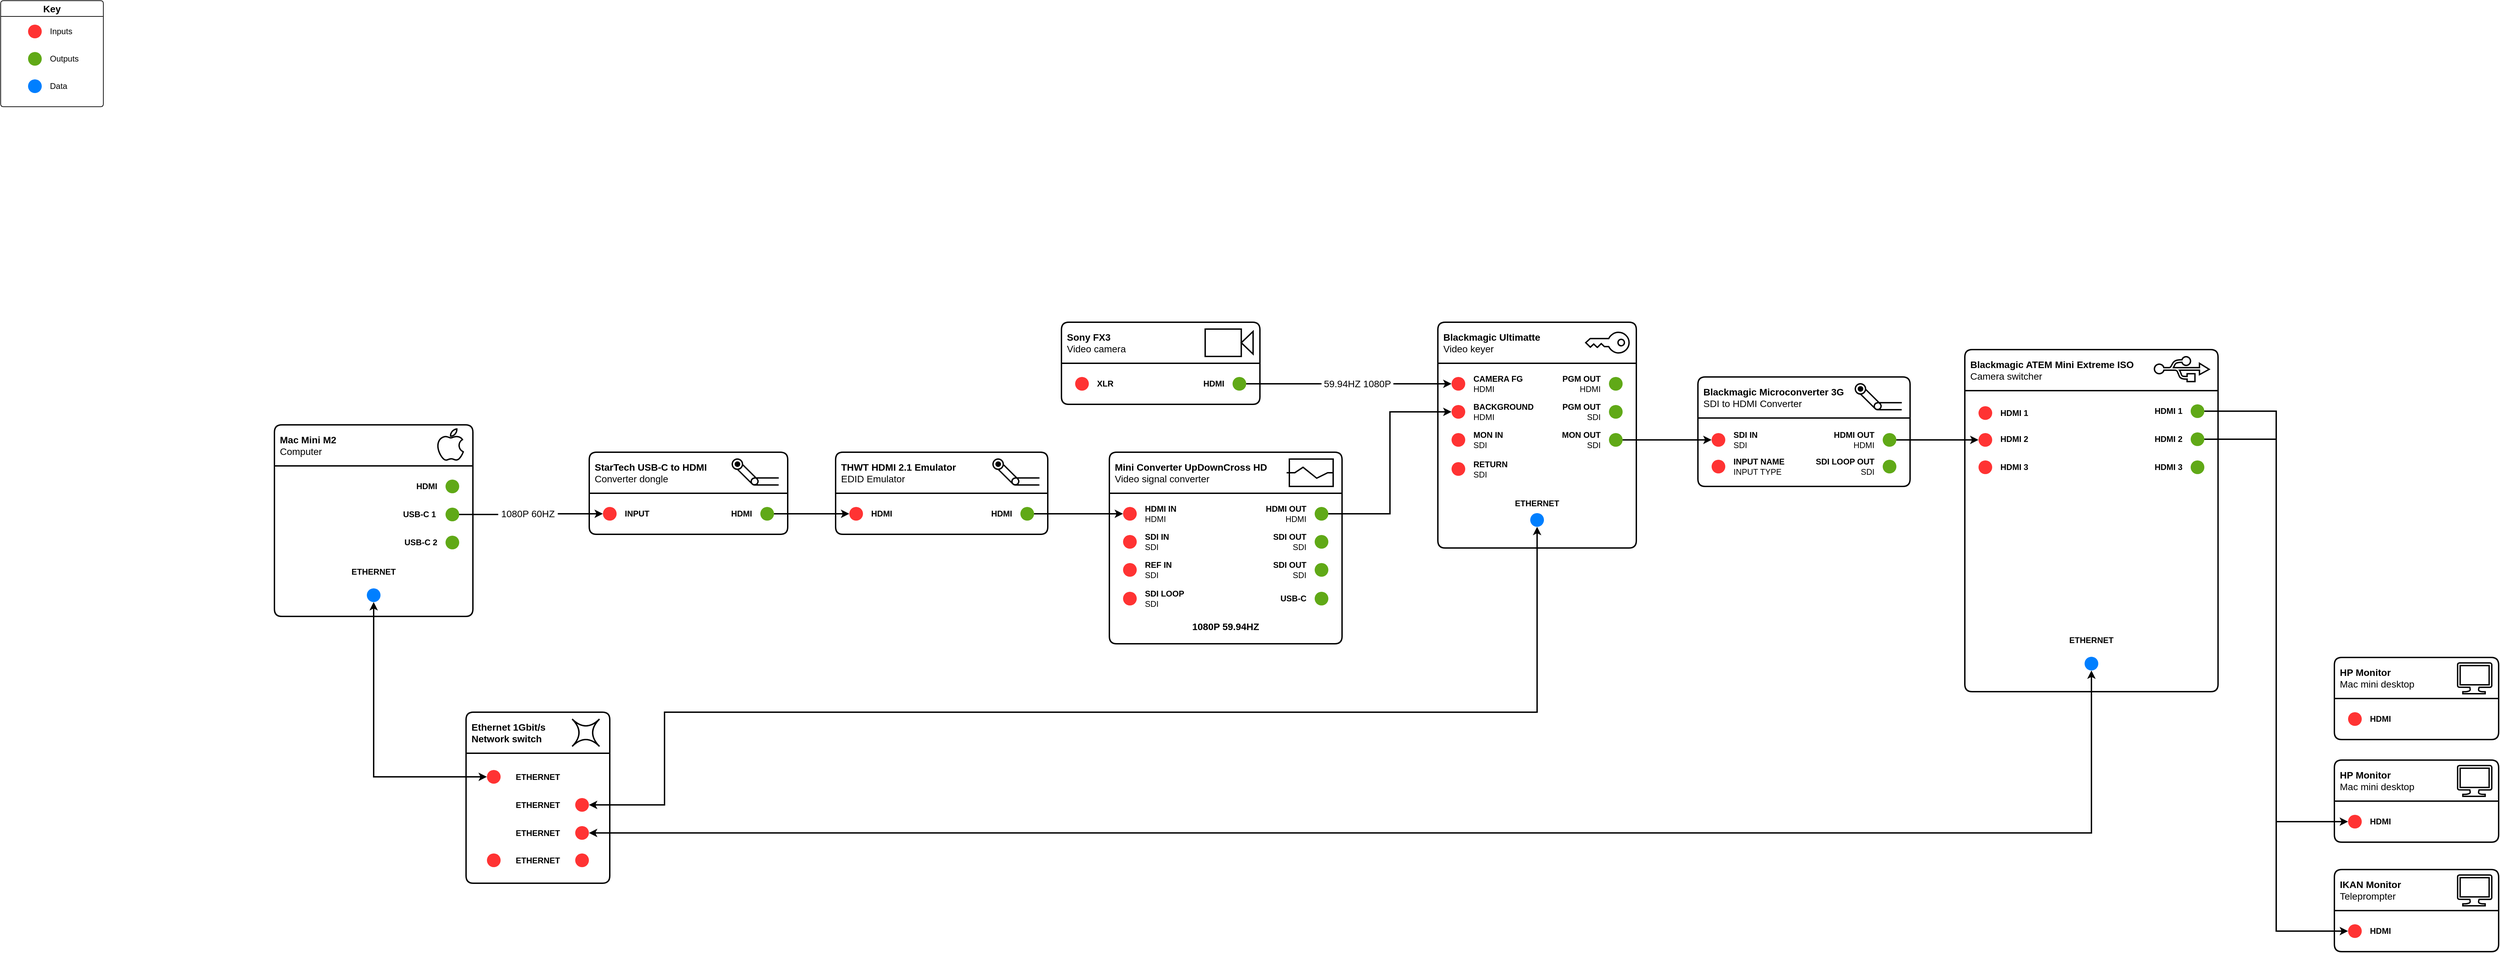
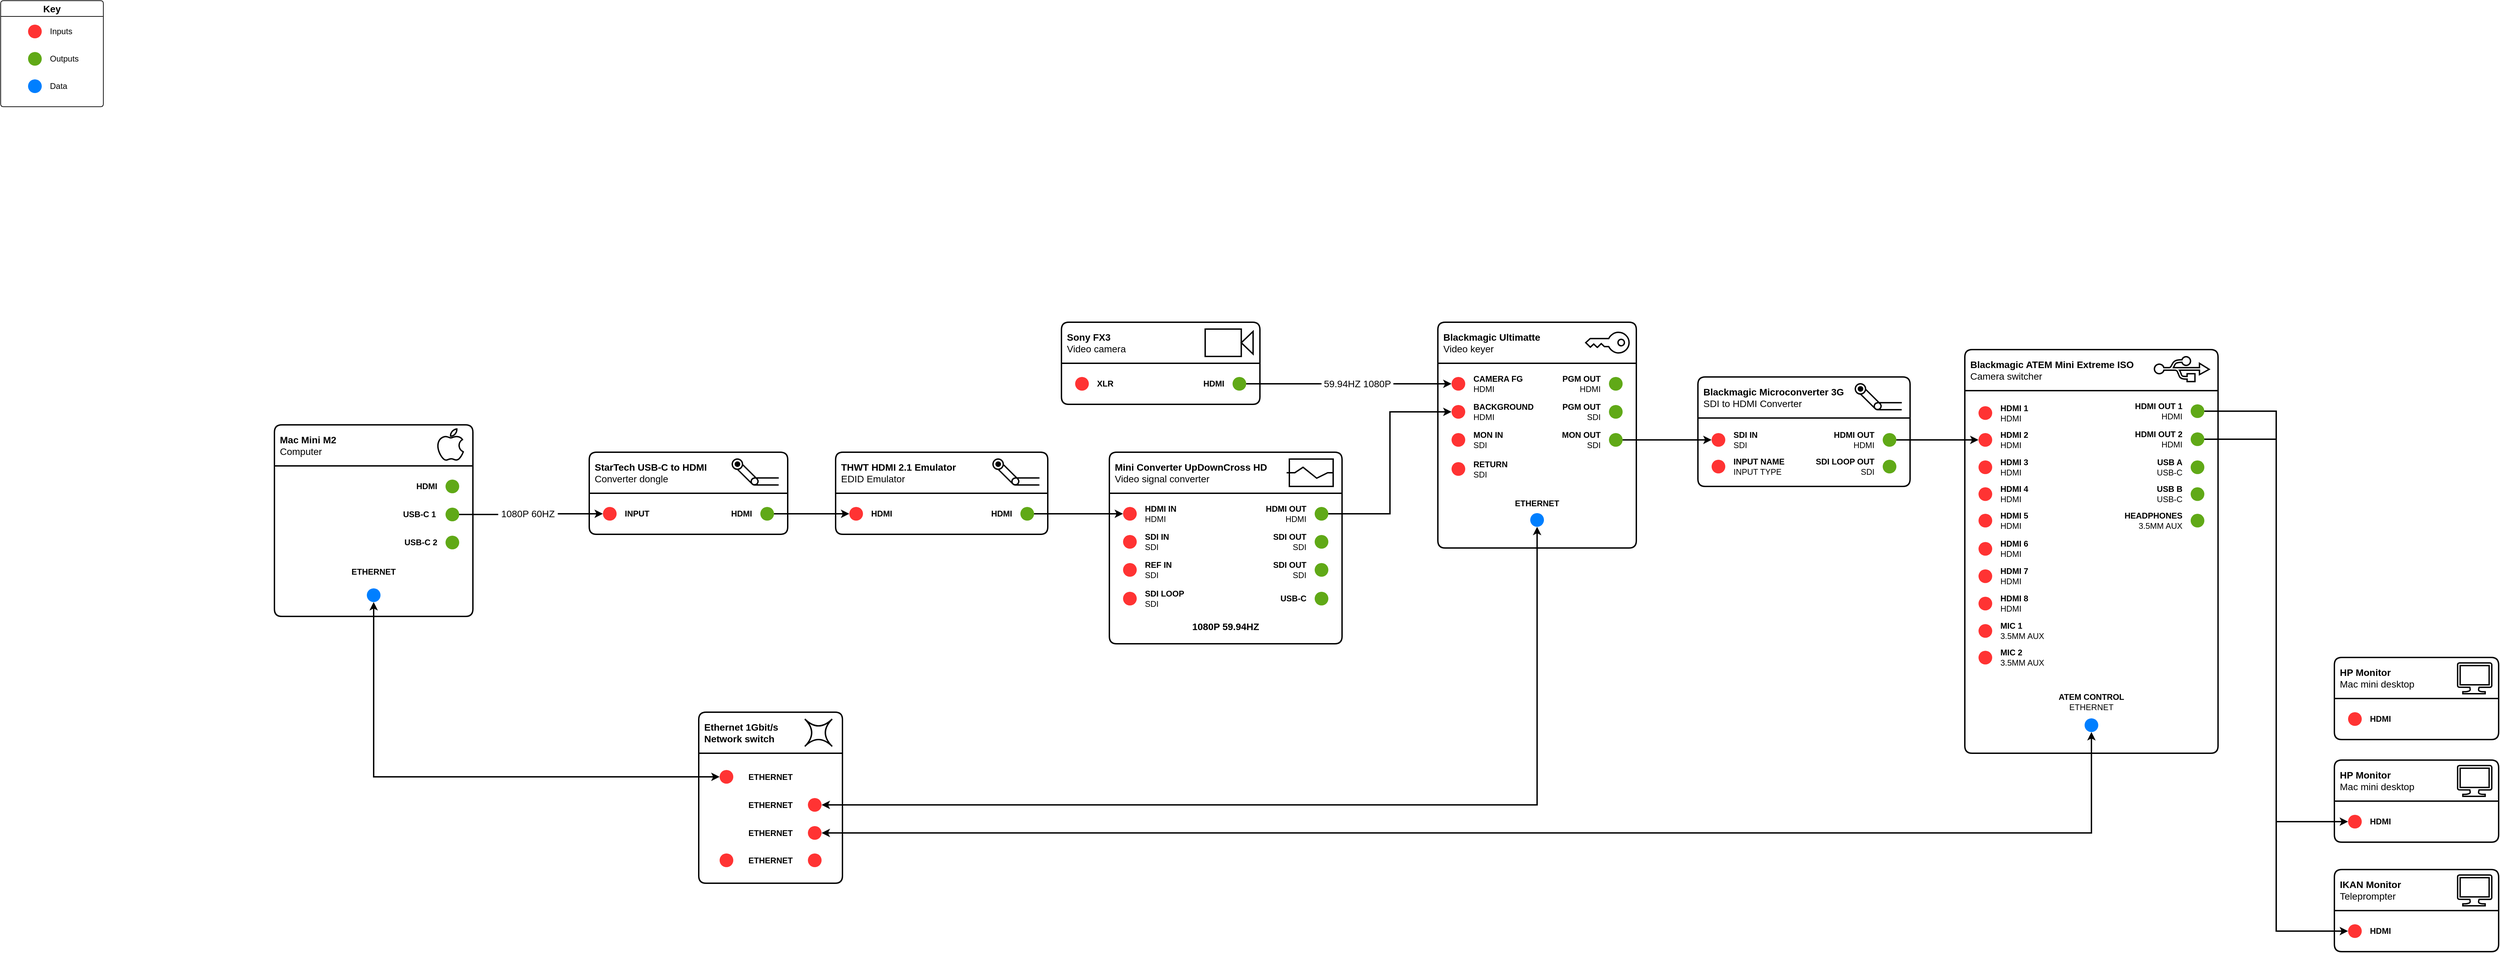
<mxfile host="app.diagrams.net">
  <diagram name="Page-1" id="FgFW1MfRpHRbAZnw0JzE">
-     <mxGraphModel dx="411" dy="739" grid="1" gridSize="10" guides="1" tooltips="1" connect="1" arrows="1" fold="1" page="0" pageScale="1" pageWidth="1654" pageHeight="1169" math="0" shadow="0">
+     <mxGraphModel dx="2236" dy="1718" grid="1" gridSize="10" guides="1" tooltips="1" connect="1" arrows="1" fold="1" page="0" pageScale="1" pageWidth="1654" pageHeight="1169" math="0" shadow="0">
      <root>
        <mxCell id="0" />
        <mxCell id="1" parent="0" />
        <UserObject label="&lt;div&gt;Sony FX3&lt;/div&gt;&lt;div&gt;&lt;span style=&quot;font-weight: normal;&quot;&gt;Video camera&lt;/span&gt;&lt;/div&gt;" link="https://www.sony.com.au/electronics/interchangeable-lens-cameras/ilme-fx3a" id="s20b6Gskkq0xSbLsb2Lf-1">
          <mxCell parent="1" style="swimlane;whiteSpace=wrap;html=1;startSize=60;perimeterSpacing=0;rounded=1;arcSize=6;align=left;spacingLeft=6;swimlaneFillColor=default;strokeWidth=2;fontSize=14;spacingBottom=0;" vertex="1">
            <mxGeometry height="120" width="290" x="1860" y="420" as="geometry">
              <mxRectangle height="60" width="200" x="330" y="280" as="alternateBounds" />
            </mxGeometry>
          </mxCell>
        </UserObject>
        <mxCell id="BUdtJf7oYrrgdLHHiytK-1" parent="s20b6Gskkq0xSbLsb2Lf-1" style="shape=mxgraph.signs.tech.video_camera;html=1;pointerEvents=1;fillColor=none;strokeColor=default;verticalLabelPosition=bottom;verticalAlign=top;align=center;strokeWidth=2;" value="" vertex="1">
          <mxGeometry height="40" width="70" x="210" y="10" as="geometry" />
        </mxCell>
        <mxCell id="BUdtJf7oYrrgdLHHiytK-2" parent="s20b6Gskkq0xSbLsb2Lf-1" style="ellipse;whiteSpace=wrap;html=1;aspect=fixed;strokeColor=none;fillColor=#60a917;fontColor=#ffffff;" value="" vertex="1">
          <mxGeometry height="20" width="20" x="250" y="80" as="geometry" />
        </mxCell>
        <mxCell id="BUdtJf7oYrrgdLHHiytK-13" parent="s20b6Gskkq0xSbLsb2Lf-1" style="ellipse;whiteSpace=wrap;html=1;aspect=fixed;strokeColor=none;fillColor=light-dark(#FF3333,#FF3333);fontColor=#ffffff;fillStyle=auto;" value="" vertex="1">
          <mxGeometry height="20" width="20" x="20" y="80" as="geometry" />
        </mxCell>
        <mxCell id="BUdtJf7oYrrgdLHHiytK-20" parent="s20b6Gskkq0xSbLsb2Lf-1" style="text;html=1;whiteSpace=wrap;strokeColor=none;fillColor=none;align=left;verticalAlign=middle;rounded=0;fontStyle=1" value="XLR" vertex="1">
          <mxGeometry height="14.5" width="30" x="50" y="82.75" as="geometry" />
        </mxCell>
        <mxCell id="BUdtJf7oYrrgdLHHiytK-21" parent="s20b6Gskkq0xSbLsb2Lf-1" style="text;html=1;whiteSpace=wrap;strokeColor=none;fillColor=none;align=right;verticalAlign=middle;rounded=0;" value="&lt;b&gt;HDMI&lt;/b&gt;" vertex="1">
          <mxGeometry height="14.5" width="40" x="200" y="82.75" as="geometry" />
        </mxCell>
        <mxCell id="BUdtJf7oYrrgdLHHiytK-123" parent="1" style="swimlane;whiteSpace=wrap;html=1;rounded=1;arcSize=6;swimlaneFillColor=default;fontSize=14;" value="Key" vertex="1">
          <mxGeometry height="155" width="150" x="310" y="-50" as="geometry" />
        </mxCell>
        <mxCell id="BUdtJf7oYrrgdLHHiytK-115" parent="BUdtJf7oYrrgdLHHiytK-123" style="ellipse;whiteSpace=wrap;html=1;aspect=fixed;strokeColor=none;fillColor=light-dark(#FF3333,#FF3333);fontColor=#ffffff;fillStyle=auto;" value="" vertex="1">
          <mxGeometry height="20" width="20" x="40" y="35" as="geometry" />
        </mxCell>
        <mxCell id="BUdtJf7oYrrgdLHHiytK-119" parent="BUdtJf7oYrrgdLHHiytK-123" style="text;html=1;whiteSpace=wrap;strokeColor=none;fillColor=none;align=left;verticalAlign=middle;rounded=0;" value="Inputs" vertex="1">
          <mxGeometry height="10" width="40" x="70" y="40" as="geometry" />
        </mxCell>
        <mxCell id="BUdtJf7oYrrgdLHHiytK-114" parent="BUdtJf7oYrrgdLHHiytK-123" style="ellipse;whiteSpace=wrap;html=1;aspect=fixed;strokeColor=none;fillColor=#60a917;fontColor=#ffffff;" value="" vertex="1">
          <mxGeometry height="20" width="20" x="40" y="75" as="geometry" />
        </mxCell>
        <mxCell id="BUdtJf7oYrrgdLHHiytK-120" parent="BUdtJf7oYrrgdLHHiytK-123" style="text;html=1;whiteSpace=wrap;strokeColor=none;fillColor=none;align=left;verticalAlign=middle;rounded=0;" value="Outputs" vertex="1">
          <mxGeometry height="10" width="40" x="70" y="80" as="geometry" />
        </mxCell>
        <mxCell id="BUdtJf7oYrrgdLHHiytK-116" parent="BUdtJf7oYrrgdLHHiytK-123" style="ellipse;whiteSpace=wrap;html=1;aspect=fixed;strokeColor=none;fillColor=#007FFF;fontColor=#ffffff;" value="" vertex="1">
          <mxGeometry height="20" width="20" x="40" y="115" as="geometry" />
        </mxCell>
        <mxCell id="BUdtJf7oYrrgdLHHiytK-121" parent="BUdtJf7oYrrgdLHHiytK-123" style="text;html=1;whiteSpace=wrap;strokeColor=none;fillColor=none;align=left;verticalAlign=middle;rounded=0;" value="Data" vertex="1">
          <mxGeometry height="10" width="40" x="70" y="120" as="geometry" />
        </mxCell>
-         <UserObject label="&lt;div&gt;Blackmagic Ultimatte&lt;/div&gt;&lt;div&gt;&lt;span style=&quot;font-weight: normal;&quot;&gt;Video keyer&lt;/span&gt;&lt;/div&gt;" link="https://www.videocraft.com.au/products/blackmagic-design-ultimatte-12-hd-keyer-advanced-compositing-processor" id="BUdtJf7oYrrgdLHHiytK-160">
+         <UserObject label="&lt;div&gt;Blackmagic Ultimatte&lt;/div&gt;&lt;div&gt;&lt;span style=&quot;font-weight: normal;&quot;&gt;Video keyer&lt;/span&gt;&lt;/div&gt;" link="https://usermanual.com/support/blackmagicdesign/ultimatte-12-8k/manual" id="BUdtJf7oYrrgdLHHiytK-160">
          <mxCell parent="1" style="swimlane;whiteSpace=wrap;html=1;startSize=60;perimeterSpacing=0;rounded=1;arcSize=6;align=left;spacingLeft=6;swimlaneFillColor=default;strokeWidth=2;fontSize=14;" vertex="1">
            <mxGeometry height="330" width="290" x="2410" y="420" as="geometry">
              <mxRectangle height="60" width="200" x="330" y="280" as="alternateBounds" />
            </mxGeometry>
          </mxCell>
        </UserObject>
        <mxCell id="BUdtJf7oYrrgdLHHiytK-162" parent="BUdtJf7oYrrgdLHHiytK-160" style="ellipse;whiteSpace=wrap;html=1;aspect=fixed;strokeColor=none;fillColor=#60a917;fontColor=#ffffff;" value="" vertex="1">
          <mxGeometry height="20" width="20" x="250" y="80" as="geometry" />
        </mxCell>
        <mxCell id="BUdtJf7oYrrgdLHHiytK-163" parent="BUdtJf7oYrrgdLHHiytK-160" style="ellipse;whiteSpace=wrap;html=1;aspect=fixed;strokeColor=none;fillColor=#60a917;fontColor=#ffffff;" value="" vertex="1">
          <mxGeometry height="20" width="20" x="250" y="121" as="geometry" />
        </mxCell>
        <mxCell id="BUdtJf7oYrrgdLHHiytK-164" parent="BUdtJf7oYrrgdLHHiytK-160" style="ellipse;whiteSpace=wrap;html=1;aspect=fixed;strokeColor=none;fillColor=#60a917;fontColor=#ffffff;" value="" vertex="1">
          <mxGeometry height="20" width="20" x="250" y="162" as="geometry" />
        </mxCell>
        <mxCell id="BUdtJf7oYrrgdLHHiytK-169" parent="BUdtJf7oYrrgdLHHiytK-160" style="ellipse;whiteSpace=wrap;html=1;aspect=fixed;strokeColor=none;fillColor=light-dark(#FF3333,#FF3333);fontColor=#ffffff;fillStyle=auto;" value="" vertex="1">
          <mxGeometry height="20" width="20" x="20" y="80" as="geometry" />
        </mxCell>
        <mxCell id="BUdtJf7oYrrgdLHHiytK-170" parent="BUdtJf7oYrrgdLHHiytK-160" style="ellipse;whiteSpace=wrap;html=1;aspect=fixed;strokeColor=none;fillColor=light-dark(#FF3333,#FF3333);fontColor=#ffffff;" value="" vertex="1">
          <mxGeometry height="20" width="20" x="20" y="121" as="geometry" />
        </mxCell>
        <mxCell id="BUdtJf7oYrrgdLHHiytK-176" parent="BUdtJf7oYrrgdLHHiytK-160" style="text;html=1;whiteSpace=wrap;strokeColor=none;fillColor=none;align=left;verticalAlign=middle;rounded=0;" value="&lt;div&gt;&lt;b&gt;CAMERA FG&lt;/b&gt;&lt;/div&gt;&lt;div&gt;HDMI&lt;/div&gt;" vertex="1">
          <mxGeometry height="29" width="90" x="50" y="75.5" as="geometry" />
        </mxCell>
        <mxCell id="BUdtJf7oYrrgdLHHiytK-177" parent="BUdtJf7oYrrgdLHHiytK-160" style="text;html=1;whiteSpace=wrap;strokeColor=none;fillColor=none;align=right;verticalAlign=middle;rounded=0;" value="&lt;div&gt;&lt;b&gt;PGM OUT&lt;/b&gt;&lt;/div&gt;&lt;div&gt;HDMI&lt;/div&gt;" vertex="1">
          <mxGeometry height="29" width="90" x="150" y="75.5" as="geometry" />
        </mxCell>
        <mxCell id="BUdtJf7oYrrgdLHHiytK-178" parent="BUdtJf7oYrrgdLHHiytK-160" style="text;html=1;whiteSpace=wrap;strokeColor=none;fillColor=none;align=left;verticalAlign=middle;rounded=0;" value="&lt;div&gt;&lt;b&gt;BACKGROUND&lt;/b&gt;&lt;/div&gt;&lt;div&gt;HDMI&lt;/div&gt;" vertex="1">
          <mxGeometry height="29" width="90" x="50" y="116.5" as="geometry" />
        </mxCell>
        <mxCell id="BUdtJf7oYrrgdLHHiytK-179" parent="BUdtJf7oYrrgdLHHiytK-160" style="text;html=1;whiteSpace=wrap;strokeColor=none;fillColor=none;align=right;verticalAlign=middle;rounded=0;" value="&lt;div&gt;&lt;b&gt;PGM OUT&lt;/b&gt;&lt;/div&gt;&lt;div&gt;SDI&lt;/div&gt;" vertex="1">
          <mxGeometry height="29" width="90" x="150" y="116.5" as="geometry" />
        </mxCell>
        <mxCell id="BUdtJf7oYrrgdLHHiytK-181" parent="BUdtJf7oYrrgdLHHiytK-160" style="text;html=1;whiteSpace=wrap;strokeColor=none;fillColor=none;align=right;verticalAlign=middle;rounded=0;" value="&lt;div&gt;&lt;b&gt;MON OUT&lt;/b&gt;&lt;/div&gt;&lt;div&gt;SDI&lt;/div&gt;" vertex="1">
          <mxGeometry height="29" width="90" x="150" y="157.5" as="geometry" />
        </mxCell>
        <mxCell id="BUdtJf7oYrrgdLHHiytK-194" parent="BUdtJf7oYrrgdLHHiytK-160" style="text;html=1;whiteSpace=wrap;strokeColor=none;fillColor=none;align=center;verticalAlign=middle;rounded=0;fontStyle=1" value="ETHERNET" vertex="1">
          <mxGeometry height="29" width="90" x="100" y="250" as="geometry" />
        </mxCell>
        <mxCell id="BUdtJf7oYrrgdLHHiytK-195" parent="BUdtJf7oYrrgdLHHiytK-160" style="ellipse;whiteSpace=wrap;html=1;aspect=fixed;strokeColor=none;fillColor=#007FFF;fontColor=#ffffff;" value="" vertex="1">
          <mxGeometry height="20" width="20" x="135" y="279" as="geometry" />
        </mxCell>
        <mxCell id="BUdtJf7oYrrgdLHHiytK-196" parent="BUdtJf7oYrrgdLHHiytK-160" style="sketch=0;pointerEvents=1;shadow=0;dashed=0;html=1;strokeColor=default;fillColor=none;labelPosition=center;verticalLabelPosition=bottom;verticalAlign=top;outlineConnect=0;align=center;shape=mxgraph.office.security.key_permissions;rotation=90;strokeWidth=2;" value="" vertex="1">
          <mxGeometry height="63.31" width="30.07" x="232.69" y="-1.8099999999999996" as="geometry" />
        </mxCell>
        <mxCell id="_8OXxmxYWQQ_x3kSA-AO-21" parent="BUdtJf7oYrrgdLHHiytK-160" style="text;html=1;whiteSpace=wrap;strokeColor=none;fillColor=none;align=left;verticalAlign=middle;rounded=0;" value="&lt;div&gt;&lt;b&gt;MON IN&lt;/b&gt;&lt;/div&gt;&lt;div&gt;SDI&lt;/div&gt;" vertex="1">
          <mxGeometry height="29" width="90" x="50" y="157.5" as="geometry" />
        </mxCell>
        <mxCell id="_8OXxmxYWQQ_x3kSA-AO-22" parent="BUdtJf7oYrrgdLHHiytK-160" style="ellipse;whiteSpace=wrap;html=1;aspect=fixed;strokeColor=none;fillColor=light-dark(#FF3333,#FF3333);fontColor=#ffffff;" value="" vertex="1">
          <mxGeometry height="20" width="20" x="20" y="162" as="geometry" />
        </mxCell>
        <mxCell id="_8OXxmxYWQQ_x3kSA-AO-25" parent="BUdtJf7oYrrgdLHHiytK-160" style="ellipse;whiteSpace=wrap;html=1;aspect=fixed;strokeColor=none;fillColor=light-dark(#FF3333,#FF3333);fontColor=#ffffff;" value="" vertex="1">
          <mxGeometry height="20" width="20" x="20" y="204.5" as="geometry" />
        </mxCell>
        <mxCell id="_8OXxmxYWQQ_x3kSA-AO-26" parent="BUdtJf7oYrrgdLHHiytK-160" style="text;html=1;whiteSpace=wrap;strokeColor=none;fillColor=none;align=left;verticalAlign=middle;rounded=0;" value="&lt;div&gt;&lt;b&gt;RETURN&lt;/b&gt;&lt;/div&gt;&lt;div&gt;SDI&lt;/div&gt;" vertex="1">
          <mxGeometry height="29" width="90" x="50" y="200" as="geometry" />
        </mxCell>
        <mxCell id="BUdtJf7oYrrgdLHHiytK-197" edge="1" parent="1" source="BUdtJf7oYrrgdLHHiytK-2" style="edgeStyle=orthogonalEdgeStyle;rounded=0;orthogonalLoop=1;jettySize=auto;html=1;entryX=0;entryY=0.5;entryDx=0;entryDy=0;endArrow=classic;endFill=1;strokeWidth=2;" target="BUdtJf7oYrrgdLHHiytK-169">
          <mxGeometry relative="1" as="geometry" />
        </mxCell>
        <mxCell id="BUdtJf7oYrrgdLHHiytK-201" connectable="0" parent="BUdtJf7oYrrgdLHHiytK-197" style="edgeLabel;html=1;align=center;verticalAlign=middle;resizable=0;points=[];fontSize=14;" value="&amp;nbsp;59.94HZ 1080P&amp;nbsp;" vertex="1">
          <mxGeometry relative="1" x="0.0813" as="geometry">
            <mxPoint as="offset" />
          </mxGeometry>
        </mxCell>
        <UserObject label="&lt;div&gt;Mac Mini M2&lt;/div&gt;&lt;div&gt;&lt;span style=&quot;font-weight: normal;&quot;&gt;Computer&lt;/span&gt;&lt;/div&gt;" link="https://support.apple.com/en-au/111837" id="BUdtJf7oYrrgdLHHiytK-202">
          <mxCell parent="1" style="swimlane;whiteSpace=wrap;html=1;startSize=60;perimeterSpacing=0;rounded=1;arcSize=6;align=left;spacingLeft=6;swimlaneFillColor=default;strokeWidth=2;fontSize=14;noLabel=0;" vertex="1">
            <mxGeometry height="280" width="290" x="710" y="570" as="geometry">
              <mxRectangle height="60" width="200" x="330" y="280" as="alternateBounds" />
            </mxGeometry>
          </mxCell>
        </UserObject>
        <mxCell id="BUdtJf7oYrrgdLHHiytK-204" parent="BUdtJf7oYrrgdLHHiytK-202" style="ellipse;whiteSpace=wrap;html=1;aspect=fixed;strokeColor=none;fillColor=#60a917;fontColor=#ffffff;" value="" vertex="1">
          <mxGeometry height="20" width="20" x="250" y="80" as="geometry" />
        </mxCell>
        <mxCell id="BUdtJf7oYrrgdLHHiytK-205" parent="BUdtJf7oYrrgdLHHiytK-202" style="ellipse;whiteSpace=wrap;html=1;aspect=fixed;strokeColor=none;fillColor=#60a917;fontColor=#ffffff;" value="" vertex="1">
          <mxGeometry height="20" width="20" x="250" y="121" as="geometry" />
        </mxCell>
        <mxCell id="BUdtJf7oYrrgdLHHiytK-206" parent="BUdtJf7oYrrgdLHHiytK-202" style="ellipse;whiteSpace=wrap;html=1;aspect=fixed;strokeColor=none;fillColor=#60a917;fontColor=#ffffff;" value="" vertex="1">
          <mxGeometry height="20" width="20" x="250" y="162" as="geometry" />
        </mxCell>
        <mxCell id="BUdtJf7oYrrgdLHHiytK-219" parent="BUdtJf7oYrrgdLHHiytK-202" style="text;html=1;whiteSpace=wrap;strokeColor=none;fillColor=none;align=right;verticalAlign=middle;rounded=0;" value="&lt;b&gt;HDMI&lt;/b&gt;" vertex="1">
          <mxGeometry height="14.5" width="40" x="200" y="82.75" as="geometry" />
        </mxCell>
        <mxCell id="BUdtJf7oYrrgdLHHiytK-221" parent="BUdtJf7oYrrgdLHHiytK-202" style="text;html=1;whiteSpace=wrap;strokeColor=none;fillColor=none;align=right;verticalAlign=middle;rounded=0;fontStyle=1" value="USB-C 1" vertex="1">
          <mxGeometry height="13.5" width="50" x="188.08" y="124.25" as="geometry" />
        </mxCell>
        <mxCell id="BUdtJf7oYrrgdLHHiytK-236" parent="BUdtJf7oYrrgdLHHiytK-202" style="text;html=1;whiteSpace=wrap;strokeColor=none;fillColor=none;align=center;verticalAlign=middle;rounded=0;fontStyle=1" value="ETHERNET" vertex="1">
          <mxGeometry height="29" width="90" x="100" y="200" as="geometry" />
        </mxCell>
        <mxCell id="BUdtJf7oYrrgdLHHiytK-237" parent="BUdtJf7oYrrgdLHHiytK-202" style="ellipse;whiteSpace=wrap;html=1;aspect=fixed;strokeColor=none;fillColor=#007FFF;fontColor=#ffffff;" value="" vertex="1">
          <mxGeometry height="20" width="20" x="135" y="239" as="geometry" />
        </mxCell>
        <mxCell id="BUdtJf7oYrrgdLHHiytK-238" parent="BUdtJf7oYrrgdLHHiytK-202" style="dashed=0;outlineConnect=0;html=1;align=center;labelPosition=center;verticalLabelPosition=bottom;verticalAlign=top;shape=mxgraph.weblogos.apple;fillColor=none;strokeColor=default;strokeWidth=2;" value="" vertex="1">
          <mxGeometry height="46.2" width="37.83" x="238.07999999999998" y="6" as="geometry" />
        </mxCell>
        <mxCell id="BUdtJf7oYrrgdLHHiytK-240" parent="BUdtJf7oYrrgdLHHiytK-202" style="text;html=1;whiteSpace=wrap;strokeColor=none;fillColor=none;align=right;verticalAlign=middle;rounded=0;fontStyle=1" value="USB-C 2" vertex="1">
          <mxGeometry height="13.5" width="50" x="189.99999999999997" y="165.25" as="geometry" />
        </mxCell>
        <UserObject label="&lt;div&gt;Mini Converter UpDownCross HD&lt;/div&gt;&lt;div&gt;&lt;span style=&quot;font-weight: normal;&quot;&gt;Video signal converter&lt;/span&gt;&lt;/div&gt;" link="https://proavexpress.com.au/blackmagic-mini-converter-up-down-cross-hd/" id="BUdtJf7oYrrgdLHHiytK-243">
          <mxCell parent="1" style="swimlane;whiteSpace=wrap;html=1;startSize=60;perimeterSpacing=0;rounded=1;arcSize=6;align=left;spacingLeft=6;swimlaneFillColor=default;strokeWidth=2;fontSize=14;" vertex="1">
            <mxGeometry height="280" width="340" x="1930" y="610" as="geometry">
              <mxRectangle height="60" width="200" x="330" y="280" as="alternateBounds" />
            </mxGeometry>
          </mxCell>
        </UserObject>
        <mxCell id="BUdtJf7oYrrgdLHHiytK-245" parent="BUdtJf7oYrrgdLHHiytK-243" style="ellipse;whiteSpace=wrap;html=1;aspect=fixed;strokeColor=none;fillColor=#60a917;fontColor=#ffffff;" value="" vertex="1">
          <mxGeometry height="20" width="20" x="300" y="80" as="geometry" />
        </mxCell>
        <mxCell id="BUdtJf7oYrrgdLHHiytK-246" parent="BUdtJf7oYrrgdLHHiytK-243" style="ellipse;whiteSpace=wrap;html=1;aspect=fixed;strokeColor=none;fillColor=#60a917;fontColor=#ffffff;" value="" vertex="1">
          <mxGeometry height="20" width="20" x="300" y="121" as="geometry" />
        </mxCell>
        <mxCell id="BUdtJf7oYrrgdLHHiytK-252" parent="BUdtJf7oYrrgdLHHiytK-243" style="ellipse;whiteSpace=wrap;html=1;aspect=fixed;strokeColor=none;fillColor=light-dark(#FF3333,#FF3333);fontColor=#ffffff;fillStyle=auto;" value="" vertex="1">
          <mxGeometry height="20" width="20" x="20" y="80" as="geometry" />
        </mxCell>
        <mxCell id="BUdtJf7oYrrgdLHHiytK-253" parent="BUdtJf7oYrrgdLHHiytK-243" style="ellipse;whiteSpace=wrap;html=1;aspect=fixed;strokeColor=none;fillColor=light-dark(#FF3333,#FF3333);fontColor=#ffffff;" value="" vertex="1">
          <mxGeometry height="20" width="20" x="20" y="121" as="geometry" />
        </mxCell>
        <mxCell id="BUdtJf7oYrrgdLHHiytK-259" parent="BUdtJf7oYrrgdLHHiytK-243" style="text;html=1;whiteSpace=wrap;strokeColor=none;fillColor=none;align=left;verticalAlign=middle;rounded=0;fontStyle=1" value="&lt;div&gt;HDMI IN&lt;/div&gt;&lt;div&gt;&lt;span style=&quot;font-weight: normal;&quot;&gt;HDMI&lt;/span&gt;&lt;/div&gt;" vertex="1">
          <mxGeometry height="25" width="50" x="50" y="77.5" as="geometry" />
        </mxCell>
        <mxCell id="BUdtJf7oYrrgdLHHiytK-260" parent="BUdtJf7oYrrgdLHHiytK-243" style="text;html=1;whiteSpace=wrap;strokeColor=none;fillColor=none;align=right;verticalAlign=middle;rounded=0;fontStyle=1" value="&lt;div&gt;HDMI OUT&lt;/div&gt;&lt;div&gt;&lt;span style=&quot;font-weight: normal;&quot;&gt;HDMI&lt;/span&gt;&lt;/div&gt;" vertex="1">
          <mxGeometry height="25" width="70" x="220" y="77.5" as="geometry" />
        </mxCell>
        <mxCell id="BUdtJf7oYrrgdLHHiytK-277" parent="BUdtJf7oYrrgdLHHiytK-243" style="text;html=1;whiteSpace=wrap;strokeColor=none;fillColor=none;align=center;verticalAlign=middle;rounded=0;fontSize=14;fontStyle=1" value="1080P 59.94HZ" vertex="1">
          <mxGeometry height="29" width="107.5" x="116.25" y="240" as="geometry" />
        </mxCell>
        <mxCell id="BUdtJf7oYrrgdLHHiytK-279" parent="BUdtJf7oYrrgdLHHiytK-243" style="shape=mxgraph.pid.mixers.kneader;html=1;pointerEvents=1;align=center;verticalLabelPosition=bottom;verticalAlign=top;dashed=0;fillColor=none;strokeWidth=2;" value="" vertex="1">
          <mxGeometry height="40" width="68" x="259" y="10" as="geometry" />
        </mxCell>
        <mxCell id="BUdtJf7oYrrgdLHHiytK-280" parent="BUdtJf7oYrrgdLHHiytK-243" style="text;html=1;whiteSpace=wrap;strokeColor=none;fillColor=none;align=left;verticalAlign=middle;rounded=0;fontStyle=1" value="&lt;div&gt;SDI IN&lt;/div&gt;&lt;div&gt;&lt;span style=&quot;font-weight: normal;&quot;&gt;SDI&lt;/span&gt;&lt;/div&gt;" vertex="1">
          <mxGeometry height="24" width="50" x="50" y="119" as="geometry" />
        </mxCell>
        <mxCell id="BUdtJf7oYrrgdLHHiytK-281" parent="BUdtJf7oYrrgdLHHiytK-243" style="text;html=1;whiteSpace=wrap;strokeColor=none;fillColor=none;align=right;verticalAlign=middle;rounded=0;fontStyle=1" value="&lt;div&gt;SDI OUT&lt;/div&gt;&lt;div&gt;&lt;span style=&quot;font-weight: normal;&quot;&gt;SDI&lt;/span&gt;&lt;/div&gt;" vertex="1">
          <mxGeometry height="24" width="70" x="220" y="119" as="geometry" />
        </mxCell>
        <mxCell id="_8OXxmxYWQQ_x3kSA-AO-10" parent="BUdtJf7oYrrgdLHHiytK-243" style="ellipse;whiteSpace=wrap;html=1;aspect=fixed;strokeColor=none;fillColor=#60a917;fontColor=#ffffff;" value="" vertex="1">
          <mxGeometry height="20" width="20" x="300" y="162" as="geometry" />
        </mxCell>
        <mxCell id="_8OXxmxYWQQ_x3kSA-AO-11" parent="BUdtJf7oYrrgdLHHiytK-243" style="text;html=1;whiteSpace=wrap;strokeColor=none;fillColor=none;align=right;verticalAlign=middle;rounded=0;fontStyle=1" value="&lt;div&gt;SDI OUT&lt;/div&gt;&lt;div&gt;&lt;span style=&quot;font-weight: normal;&quot;&gt;SDI&lt;/span&gt;&lt;/div&gt;" vertex="1">
          <mxGeometry height="24" width="70" x="220" y="160" as="geometry" />
        </mxCell>
        <mxCell id="_8OXxmxYWQQ_x3kSA-AO-14" parent="BUdtJf7oYrrgdLHHiytK-243" style="text;html=1;whiteSpace=wrap;strokeColor=none;fillColor=none;align=right;verticalAlign=middle;rounded=0;fontStyle=1" value="USB-C" vertex="1">
          <mxGeometry height="10" width="70" x="220" y="209" as="geometry" />
        </mxCell>
        <mxCell id="_8OXxmxYWQQ_x3kSA-AO-15" parent="BUdtJf7oYrrgdLHHiytK-243" style="ellipse;whiteSpace=wrap;html=1;aspect=fixed;strokeColor=none;fillColor=light-dark(#60A917,#007FFF);fontColor=#ffffff;" value="" vertex="1">
          <mxGeometry height="20" width="20" x="300" y="204" as="geometry" />
        </mxCell>
        <mxCell id="_8OXxmxYWQQ_x3kSA-AO-16" parent="BUdtJf7oYrrgdLHHiytK-243" style="ellipse;whiteSpace=wrap;html=1;aspect=fixed;strokeColor=none;fillColor=light-dark(#FF3333,#FF3333);fontColor=#ffffff;" value="" vertex="1">
          <mxGeometry height="20" width="20" x="20" y="162" as="geometry" />
        </mxCell>
        <mxCell id="_8OXxmxYWQQ_x3kSA-AO-17" parent="BUdtJf7oYrrgdLHHiytK-243" style="text;html=1;whiteSpace=wrap;strokeColor=none;fillColor=none;align=left;verticalAlign=middle;rounded=0;fontStyle=1" value="&lt;div&gt;REF IN&lt;/div&gt;&lt;div&gt;&lt;span style=&quot;font-weight: normal;&quot;&gt;SDI&lt;/span&gt;&lt;/div&gt;" vertex="1">
          <mxGeometry height="24" width="50" x="50" y="160" as="geometry" />
        </mxCell>
        <mxCell id="_8OXxmxYWQQ_x3kSA-AO-18" parent="BUdtJf7oYrrgdLHHiytK-243" style="ellipse;whiteSpace=wrap;html=1;aspect=fixed;strokeColor=none;fillColor=light-dark(#FF3333,#FF3333);fontColor=#ffffff;" value="" vertex="1">
          <mxGeometry height="20" width="20" x="20" y="204" as="geometry" />
        </mxCell>
        <mxCell id="_8OXxmxYWQQ_x3kSA-AO-19" parent="BUdtJf7oYrrgdLHHiytK-243" style="text;html=1;whiteSpace=wrap;strokeColor=none;fillColor=none;align=left;verticalAlign=middle;rounded=0;fontStyle=1" value="&lt;div&gt;SDI LOOP&lt;/div&gt;&lt;div&gt;&lt;span style=&quot;font-weight: normal;&quot;&gt;SDI&lt;/span&gt;&lt;/div&gt;" vertex="1">
          <mxGeometry height="24" width="60" x="50" y="202" as="geometry" />
        </mxCell>
        <UserObject label="&lt;div&gt;StarTech USB-C to HDMI&lt;/div&gt;&lt;div&gt;&lt;span style=&quot;font-weight: normal;&quot;&gt;Converter dongle&lt;/span&gt;&lt;/div&gt;" link="https://www.startech.com/en-au/display-video-adapters/usbc-hdmi-cdp2hd4k60" id="BUdtJf7oYrrgdLHHiytK-284">
          <mxCell parent="1" style="swimlane;whiteSpace=wrap;html=1;startSize=60;perimeterSpacing=0;rounded=1;arcSize=6;align=left;spacingLeft=6;swimlaneFillColor=default;strokeWidth=2;fontSize=14;" vertex="1">
            <mxGeometry height="120" width="290" x="1170" y="610" as="geometry">
              <mxRectangle height="60" width="200" x="330" y="280" as="alternateBounds" />
            </mxGeometry>
          </mxCell>
        </UserObject>
        <mxCell id="BUdtJf7oYrrgdLHHiytK-285" parent="BUdtJf7oYrrgdLHHiytK-284" style="ellipse;whiteSpace=wrap;html=1;aspect=fixed;strokeColor=none;fillColor=#60a917;fontColor=#ffffff;" value="" vertex="1">
          <mxGeometry height="20" width="20" x="250" y="80" as="geometry" />
        </mxCell>
        <mxCell id="BUdtJf7oYrrgdLHHiytK-288" parent="BUdtJf7oYrrgdLHHiytK-284" style="text;html=1;whiteSpace=wrap;strokeColor=none;fillColor=none;align=right;verticalAlign=middle;rounded=0;" value="&lt;b&gt;HDMI&lt;/b&gt;" vertex="1">
          <mxGeometry height="14.5" width="70" x="170" y="82.75" as="geometry" />
        </mxCell>
        <mxCell id="BUdtJf7oYrrgdLHHiytK-297" parent="BUdtJf7oYrrgdLHHiytK-284" style="ellipse;whiteSpace=wrap;html=1;aspect=fixed;strokeColor=none;fillColor=light-dark(#FF3333,#FF3333);fontColor=#ffffff;fillStyle=auto;" value="" vertex="1">
          <mxGeometry height="20" width="20" x="20" y="80" as="geometry" />
        </mxCell>
        <mxCell id="BUdtJf7oYrrgdLHHiytK-298" parent="BUdtJf7oYrrgdLHHiytK-284" style="text;html=1;whiteSpace=wrap;strokeColor=none;fillColor=none;align=left;verticalAlign=middle;rounded=0;fontStyle=1" value="INPUT" vertex="1">
          <mxGeometry height="10" width="50" x="50" y="85" as="geometry" />
        </mxCell>
        <mxCell id="BUdtJf7oYrrgdLHHiytK-295" parent="BUdtJf7oYrrgdLHHiytK-284" style="verticalLabelPosition=bottom;aspect=fixed;html=1;verticalAlign=top;fillColor=strokeColor;align=center;outlineConnect=0;shape=mxgraph.fluid_power.x10060;points=[[1,0.72,0],[1,1,0]];strokeWidth=2;" value="" vertex="1">
          <mxGeometry height="38.38" width="67.9" x="209" y="10" as="geometry" />
        </mxCell>
        <mxCell id="BUdtJf7oYrrgdLHHiytK-299" edge="1" parent="1" source="BUdtJf7oYrrgdLHHiytK-205" style="edgeStyle=orthogonalEdgeStyle;shape=connector;rounded=0;orthogonalLoop=1;jettySize=auto;html=1;entryX=0;entryY=0.5;entryDx=0;entryDy=0;strokeColor=default;strokeWidth=2;align=center;verticalAlign=middle;fontFamily=Helvetica;fontSize=11;fontColor=default;labelBackgroundColor=default;endArrow=classic;endFill=1;" target="BUdtJf7oYrrgdLHHiytK-297">
          <mxGeometry relative="1" as="geometry" />
        </mxCell>
        <mxCell id="BUdtJf7oYrrgdLHHiytK-300" connectable="0" parent="BUdtJf7oYrrgdLHHiytK-299" style="edgeLabel;html=1;align=center;verticalAlign=middle;resizable=0;points=[];fontFamily=Helvetica;fontSize=14;fontColor=default;labelBackgroundColor=default;" value="&amp;nbsp;1080P 60HZ&amp;nbsp;" vertex="1">
          <mxGeometry relative="1" x="-0.1035" y="4" as="geometry">
            <mxPoint x="5" y="3" as="offset" />
          </mxGeometry>
        </mxCell>
        <UserObject label="&lt;div&gt;Ethernet 1Gbit/s&lt;/div&gt;&lt;div&gt;Network switch&lt;/div&gt;" id="BUdtJf7oYrrgdLHHiytK-301">
          <mxCell parent="1" style="swimlane;whiteSpace=wrap;html=1;startSize=60;perimeterSpacing=0;rounded=1;arcSize=6;align=left;spacingLeft=6;swimlaneFillColor=default;strokeWidth=2;fontSize=14;" vertex="1">
-             <mxGeometry height="250" width="210" x="990" y="990" as="geometry">
+             <mxGeometry height="250" width="210" x="1330" y="990" as="geometry">
              <mxRectangle height="60" width="200" x="330" y="280" as="alternateBounds" />
            </mxGeometry>
          </mxCell>
        </UserObject>
        <mxCell id="BUdtJf7oYrrgdLHHiytK-310" parent="BUdtJf7oYrrgdLHHiytK-301" style="ellipse;whiteSpace=wrap;html=1;aspect=fixed;strokeColor=none;fillColor=light-dark(#FF3333,#007FFF);fontColor=light-dark(#FFFFFF,#007FFF);fillStyle=auto;" value="" vertex="1">
          <mxGeometry height="20" width="20" x="30.5" y="84.5" as="geometry" />
        </mxCell>
        <mxCell id="BUdtJf7oYrrgdLHHiytK-313" parent="BUdtJf7oYrrgdLHHiytK-301" style="ellipse;whiteSpace=wrap;html=1;aspect=fixed;strokeColor=none;fillColor=light-dark(#FF3333,#007FFF);fontColor=light-dark(#FFFFFF,#007FFF);" value="" vertex="1">
          <mxGeometry height="20" width="20" x="30.5" y="206.5" as="geometry" />
        </mxCell>
        <mxCell id="BUdtJf7oYrrgdLHHiytK-317" parent="BUdtJf7oYrrgdLHHiytK-301" style="text;html=1;whiteSpace=wrap;strokeColor=none;fillColor=none;align=center;verticalAlign=middle;rounded=0;fontStyle=1" value="ETHERNET" vertex="1">
          <mxGeometry height="10" width="70" x="70" y="89.5" as="geometry" />
        </mxCell>
        <mxCell id="BUdtJf7oYrrgdLHHiytK-337" parent="BUdtJf7oYrrgdLHHiytK-301" style="shape=switch;whiteSpace=wrap;html=1;fontFamily=Helvetica;fontSize=11;fontColor=default;labelBackgroundColor=default;strokeWidth=2;" value="" vertex="1">
          <mxGeometry height="40" width="40" x="155" y="10" as="geometry" />
        </mxCell>
        <mxCell id="BUdtJf7oYrrgdLHHiytK-340" parent="BUdtJf7oYrrgdLHHiytK-301" style="ellipse;whiteSpace=wrap;html=1;aspect=fixed;strokeColor=none;fillColor=light-dark(#FF3333,#007FFF);fontColor=#ffffff;" value="" vertex="1">
          <mxGeometry height="20" width="20" x="159.5" y="125.5" as="geometry" />
        </mxCell>
        <mxCell id="BUdtJf7oYrrgdLHHiytK-341" parent="BUdtJf7oYrrgdLHHiytK-301" style="ellipse;whiteSpace=wrap;html=1;aspect=fixed;strokeColor=none;fillColor=light-dark(#FF3333,#007FFF);fontColor=#ffffff;" value="" vertex="1">
          <mxGeometry height="20" width="20" x="159.5" y="166.5" as="geometry" />
        </mxCell>
        <mxCell id="BUdtJf7oYrrgdLHHiytK-342" parent="BUdtJf7oYrrgdLHHiytK-301" style="ellipse;whiteSpace=wrap;html=1;aspect=fixed;strokeColor=none;fillColor=light-dark(#FF3333,#007FFF);fontColor=#ffffff;" value="" vertex="1">
          <mxGeometry height="20" width="20" x="159.5" y="206.5" as="geometry" />
        </mxCell>
        <mxCell id="BUdtJf7oYrrgdLHHiytK-347" parent="BUdtJf7oYrrgdLHHiytK-301" style="text;html=1;whiteSpace=wrap;strokeColor=none;fillColor=none;align=center;verticalAlign=middle;rounded=0;fontStyle=1" value="ETHERNET" vertex="1">
          <mxGeometry height="10" width="70" x="70" y="130.5" as="geometry" />
        </mxCell>
        <mxCell id="BUdtJf7oYrrgdLHHiytK-348" parent="BUdtJf7oYrrgdLHHiytK-301" style="text;html=1;whiteSpace=wrap;strokeColor=none;fillColor=none;align=center;verticalAlign=middle;rounded=0;fontStyle=1" value="ETHERNET" vertex="1">
          <mxGeometry height="10" width="70" x="70" y="171.5" as="geometry" />
        </mxCell>
        <mxCell id="BUdtJf7oYrrgdLHHiytK-349" parent="BUdtJf7oYrrgdLHHiytK-301" style="text;html=1;whiteSpace=wrap;strokeColor=none;fillColor=none;align=center;verticalAlign=middle;rounded=0;fontStyle=1" value="ETHERNET" vertex="1">
          <mxGeometry height="10" width="70" x="70" y="211.5" as="geometry" />
        </mxCell>
        <mxCell id="BUdtJf7oYrrgdLHHiytK-354" edge="1" parent="1" source="BUdtJf7oYrrgdLHHiytK-237" style="edgeStyle=orthogonalEdgeStyle;shape=connector;rounded=0;orthogonalLoop=1;jettySize=auto;html=1;entryX=0;entryY=0.5;entryDx=0;entryDy=0;strokeColor=default;strokeWidth=2;align=center;verticalAlign=middle;fontFamily=Helvetica;fontSize=14;fontColor=default;labelBackgroundColor=default;resizable=0;endArrow=classic;endFill=1;startArrow=classic;startFill=1;" target="BUdtJf7oYrrgdLHHiytK-310">
          <mxGeometry relative="1" as="geometry">
            <Array as="points">
              <mxPoint x="855" y="1084" />
            </Array>
          </mxGeometry>
        </mxCell>
        <UserObject label="&lt;div&gt;Blackmagic ATEM Mini Extreme ISO&lt;/div&gt;&lt;span style=&quot;font-weight: normal;&quot;&gt;Camera switcher&lt;/span&gt;" link="https://www.videocraft.com.au/products/blackmagic-design-atem-mini-extreme-iso-live-streaming-camera-switcher" id="BUdtJf7oYrrgdLHHiytK-355">
          <mxCell parent="1" style="swimlane;whiteSpace=wrap;html=1;startSize=60;perimeterSpacing=0;rounded=1;arcSize=6;align=left;spacingLeft=6;swimlaneFillColor=default;strokeWidth=2;fontSize=14;" vertex="1">
-             <mxGeometry height="500" width="370" x="3180" y="460" as="geometry">
+             <mxGeometry height="590" width="370" x="3180" y="460" as="geometry">
              <mxRectangle height="60" width="200" x="330" y="280" as="alternateBounds" />
            </mxGeometry>
          </mxCell>
        </UserObject>
        <mxCell id="BUdtJf7oYrrgdLHHiytK-357" parent="BUdtJf7oYrrgdLHHiytK-355" style="ellipse;whiteSpace=wrap;html=1;aspect=fixed;strokeColor=none;fillColor=#60a917;fontColor=#ffffff;" value="" vertex="1">
          <mxGeometry height="20" width="20" x="330" y="80" as="geometry" />
        </mxCell>
        <mxCell id="BUdtJf7oYrrgdLHHiytK-358" parent="BUdtJf7oYrrgdLHHiytK-355" style="ellipse;whiteSpace=wrap;html=1;aspect=fixed;strokeColor=none;fillColor=#60a917;fontColor=#ffffff;" value="" vertex="1">
          <mxGeometry height="20" width="20" x="330" y="121" as="geometry" />
        </mxCell>
-         <mxCell id="BUdtJf7oYrrgdLHHiytK-359" parent="BUdtJf7oYrrgdLHHiytK-355" style="ellipse;whiteSpace=wrap;html=1;aspect=fixed;strokeColor=none;fillColor=#60a917;fontColor=#ffffff;" value="" vertex="1">
-           <mxGeometry height="20" width="20" x="330" y="162" as="geometry" />
-         </mxCell>
        <mxCell id="BUdtJf7oYrrgdLHHiytK-364" parent="BUdtJf7oYrrgdLHHiytK-355" style="ellipse;whiteSpace=wrap;html=1;aspect=fixed;strokeColor=none;fillColor=light-dark(#FF3333,#FF3333);fontColor=#ffffff;fillStyle=auto;" value="" vertex="1">
          <mxGeometry height="20" width="20" x="20" y="82.75" as="geometry" />
        </mxCell>
        <mxCell id="BUdtJf7oYrrgdLHHiytK-365" parent="BUdtJf7oYrrgdLHHiytK-355" style="ellipse;whiteSpace=wrap;html=1;aspect=fixed;strokeColor=none;fillColor=light-dark(#FF3333,#FF3333);fontColor=#ffffff;" value="" vertex="1">
          <mxGeometry height="20" width="20" x="20" y="122" as="geometry" />
        </mxCell>
        <mxCell id="BUdtJf7oYrrgdLHHiytK-366" parent="BUdtJf7oYrrgdLHHiytK-355" style="ellipse;whiteSpace=wrap;html=1;aspect=fixed;strokeColor=none;fillColor=light-dark(#FF3333,#FF3333);fontColor=#ffffff;" value="" vertex="1">
          <mxGeometry height="20" width="20" x="20" y="162" as="geometry" />
        </mxCell>
-         <mxCell id="BUdtJf7oYrrgdLHHiytK-371" parent="BUdtJf7oYrrgdLHHiytK-355" style="text;html=1;whiteSpace=wrap;strokeColor=none;fillColor=none;align=left;verticalAlign=middle;rounded=0;fontStyle=1" value="HDMI 1" vertex="1">
-           <mxGeometry height="14.5" width="50" x="50" y="85.5" as="geometry" />
-         </mxCell>
-         <mxCell id="BUdtJf7oYrrgdLHHiytK-372" parent="BUdtJf7oYrrgdLHHiytK-355" style="text;html=1;whiteSpace=wrap;strokeColor=none;fillColor=none;align=right;verticalAlign=middle;rounded=0;fontStyle=1" value="HDMI 1" vertex="1">
-           <mxGeometry height="14.5" width="50" x="270" y="82.75" as="geometry" />
-         </mxCell>
-         <mxCell id="BUdtJf7oYrrgdLHHiytK-389" parent="BUdtJf7oYrrgdLHHiytK-355" style="text;html=1;whiteSpace=wrap;strokeColor=none;fillColor=none;align=center;verticalAlign=middle;rounded=0;fontStyle=1" value="ETHERNET" vertex="1">
-           <mxGeometry height="29" width="90" x="140" y="410" as="geometry" />
+         <mxCell id="BUdtJf7oYrrgdLHHiytK-371" parent="BUdtJf7oYrrgdLHHiytK-355" style="text;html=1;whiteSpace=wrap;strokeColor=none;fillColor=none;align=left;verticalAlign=middle;rounded=0;fontStyle=1" value="&lt;div&gt;HDMI 1&lt;/div&gt;&lt;span style=&quot;font-weight: normal;&quot;&gt;HDMI&lt;/span&gt;" vertex="1">
+           <mxGeometry height="24.5" width="50" x="50" y="80.5" as="geometry" />
+         </mxCell>
+         <mxCell id="BUdtJf7oYrrgdLHHiytK-372" parent="BUdtJf7oYrrgdLHHiytK-355" style="text;html=1;whiteSpace=wrap;strokeColor=none;fillColor=none;align=right;verticalAlign=middle;rounded=0;fontStyle=1" value="&lt;div&gt;HDMI OUT 1&lt;/div&gt;&lt;span style=&quot;font-weight: normal;&quot;&gt;HDMI&lt;/span&gt;" vertex="1">
+           <mxGeometry height="27.25" width="90" x="230" y="76.38" as="geometry" />
+         </mxCell>
+         <mxCell id="BUdtJf7oYrrgdLHHiytK-389" parent="BUdtJf7oYrrgdLHHiytK-355" style="text;html=1;whiteSpace=wrap;strokeColor=none;fillColor=none;align=center;verticalAlign=middle;rounded=0;fontStyle=1" value="&lt;div&gt;ATEM CONTROL&lt;/div&gt;&lt;div&gt;&lt;span style=&quot;font-weight: normal;&quot;&gt;ETHERNET&lt;/span&gt;&lt;/div&gt;" vertex="1">
+           <mxGeometry height="29" width="100" x="135" y="500" as="geometry" />
        </mxCell>
        <mxCell id="BUdtJf7oYrrgdLHHiytK-390" parent="BUdtJf7oYrrgdLHHiytK-355" style="ellipse;whiteSpace=wrap;html=1;aspect=fixed;strokeColor=none;fillColor=#007FFF;fontColor=#ffffff;" value="" vertex="1">
-           <mxGeometry height="20" width="20" x="175" y="449" as="geometry" />
+           <mxGeometry height="20" width="20" x="175" y="539" as="geometry" />
        </mxCell>
        <mxCell id="BUdtJf7oYrrgdLHHiytK-393" parent="BUdtJf7oYrrgdLHHiytK-355" style="sketch=0;aspect=fixed;pointerEvents=1;shadow=0;dashed=0;html=1;strokeColor=default;labelPosition=center;verticalLabelPosition=bottom;verticalAlign=top;align=center;fillColor=none;shape=mxgraph.mscae.enterprise.usb;fontFamily=Helvetica;fontSize=11;fontColor=default;labelBackgroundColor=default;strokeWidth=2;" value="" vertex="1">
          <mxGeometry height="36.8" width="80" x="276.9999999999998" y="10" as="geometry" />
        </mxCell>
-         <mxCell id="BUdtJf7oYrrgdLHHiytK-409" parent="BUdtJf7oYrrgdLHHiytK-355" style="text;html=1;whiteSpace=wrap;strokeColor=none;fillColor=none;align=left;verticalAlign=middle;rounded=0;fontStyle=1" value="HDMI 2" vertex="1">
-           <mxGeometry height="14.5" width="50" x="50" y="123.75" as="geometry" />
-         </mxCell>
-         <mxCell id="BUdtJf7oYrrgdLHHiytK-410" parent="BUdtJf7oYrrgdLHHiytK-355" style="text;html=1;whiteSpace=wrap;strokeColor=none;fillColor=none;align=left;verticalAlign=middle;rounded=0;fontStyle=1" value="HDMI 3" vertex="1">
-           <mxGeometry height="14.5" width="50" x="50" y="164.75" as="geometry" />
-         </mxCell>
-         <mxCell id="BUdtJf7oYrrgdLHHiytK-411" parent="BUdtJf7oYrrgdLHHiytK-355" style="text;html=1;whiteSpace=wrap;strokeColor=none;fillColor=none;align=right;verticalAlign=middle;rounded=0;fontStyle=1" value="HDMI 2" vertex="1">
-           <mxGeometry height="14.5" width="50" x="270" y="123.75" as="geometry" />
-         </mxCell>
-         <mxCell id="BUdtJf7oYrrgdLHHiytK-412" parent="BUdtJf7oYrrgdLHHiytK-355" style="text;html=1;whiteSpace=wrap;strokeColor=none;fillColor=none;align=right;verticalAlign=middle;rounded=0;fontStyle=1" value="HDMI 3" vertex="1">
-           <mxGeometry height="14.5" width="50" x="270" y="164.75" as="geometry" />
+         <mxCell id="BUdtJf7oYrrgdLHHiytK-409" parent="BUdtJf7oYrrgdLHHiytK-355" style="text;html=1;whiteSpace=wrap;strokeColor=none;fillColor=none;align=left;verticalAlign=middle;rounded=0;fontStyle=1" value="&lt;div&gt;HDMI 2&lt;/div&gt;&lt;span style=&quot;font-weight: normal;&quot;&gt;HDMI&lt;/span&gt;" vertex="1">
+           <mxGeometry height="25.25" width="50" x="50" y="119.37" as="geometry" />
+         </mxCell>
+         <mxCell id="BUdtJf7oYrrgdLHHiytK-410" parent="BUdtJf7oYrrgdLHHiytK-355" style="text;html=1;whiteSpace=wrap;strokeColor=none;fillColor=none;align=left;verticalAlign=middle;rounded=0;fontStyle=1" value="&lt;div&gt;HDMI 3&lt;/div&gt;&lt;span style=&quot;font-weight: normal;&quot;&gt;HDMI&lt;/span&gt;" vertex="1">
+           <mxGeometry height="22.5" width="50" x="50" y="160.75" as="geometry" />
+         </mxCell>
+         <mxCell id="BUdtJf7oYrrgdLHHiytK-411" parent="BUdtJf7oYrrgdLHHiytK-355" style="text;html=1;whiteSpace=wrap;strokeColor=none;fillColor=none;align=right;verticalAlign=middle;rounded=0;fontStyle=1" value="&lt;div&gt;HDMI OUT 2&lt;/div&gt;&lt;span style=&quot;font-weight: normal;&quot;&gt;HDMI&lt;/span&gt;" vertex="1">
+           <mxGeometry height="26.25" width="80" x="240" y="117.87" as="geometry" />
+         </mxCell>
+         <mxCell id="_8OXxmxYWQQ_x3kSA-AO-68" parent="BUdtJf7oYrrgdLHHiytK-355" style="text;html=1;whiteSpace=wrap;strokeColor=none;fillColor=none;align=left;verticalAlign=middle;rounded=0;fontStyle=1" value="&lt;div&gt;HDMI 4&lt;/div&gt;&lt;span style=&quot;font-weight: normal;&quot;&gt;HDMI&lt;/span&gt;" vertex="1">
+           <mxGeometry height="22.5" width="50" x="50" y="200" as="geometry" />
+         </mxCell>
+         <mxCell id="_8OXxmxYWQQ_x3kSA-AO-69" parent="BUdtJf7oYrrgdLHHiytK-355" style="ellipse;whiteSpace=wrap;html=1;aspect=fixed;strokeColor=none;fillColor=light-dark(#FF3333,#FF3333);fontColor=#ffffff;" value="" vertex="1">
+           <mxGeometry height="20" width="20" x="20" y="201.25" as="geometry" />
+         </mxCell>
+         <mxCell id="_8OXxmxYWQQ_x3kSA-AO-70" parent="BUdtJf7oYrrgdLHHiytK-355" style="text;html=1;whiteSpace=wrap;strokeColor=none;fillColor=none;align=left;verticalAlign=middle;rounded=0;fontStyle=1" value="&lt;div&gt;HDMI 5&lt;/div&gt;&lt;span style=&quot;font-weight: normal;&quot;&gt;HDMI&lt;/span&gt;" vertex="1">
+           <mxGeometry height="22.5" width="50" x="50" y="238.75" as="geometry" />
+         </mxCell>
+         <mxCell id="_8OXxmxYWQQ_x3kSA-AO-71" parent="BUdtJf7oYrrgdLHHiytK-355" style="ellipse;whiteSpace=wrap;html=1;aspect=fixed;strokeColor=none;fillColor=light-dark(#FF3333,#FF3333);fontColor=#ffffff;" value="" vertex="1">
+           <mxGeometry height="20" width="20" x="20" y="240" as="geometry" />
+         </mxCell>
+         <mxCell id="_8OXxmxYWQQ_x3kSA-AO-72" parent="BUdtJf7oYrrgdLHHiytK-355" style="text;html=1;whiteSpace=wrap;strokeColor=none;fillColor=none;align=left;verticalAlign=middle;rounded=0;fontStyle=1" value="&lt;div&gt;HDMI 6&lt;/div&gt;&lt;span style=&quot;font-weight: normal;&quot;&gt;HDMI&lt;/span&gt;" vertex="1">
+           <mxGeometry height="22.5" width="50" x="50" y="280" as="geometry" />
+         </mxCell>
+         <mxCell id="_8OXxmxYWQQ_x3kSA-AO-73" parent="BUdtJf7oYrrgdLHHiytK-355" style="ellipse;whiteSpace=wrap;html=1;aspect=fixed;strokeColor=none;fillColor=light-dark(#FF3333,#FF3333);fontColor=#ffffff;" value="" vertex="1">
+           <mxGeometry height="20" width="20" x="20" y="281.25" as="geometry" />
+         </mxCell>
+         <mxCell id="_8OXxmxYWQQ_x3kSA-AO-74" parent="BUdtJf7oYrrgdLHHiytK-355" style="text;html=1;whiteSpace=wrap;strokeColor=none;fillColor=none;align=left;verticalAlign=middle;rounded=0;fontStyle=1" value="&lt;div&gt;HDMI 7&lt;/div&gt;&lt;span style=&quot;font-weight: normal;&quot;&gt;HDMI&lt;/span&gt;" vertex="1">
+           <mxGeometry height="22.5" width="50" x="50" y="320" as="geometry" />
+         </mxCell>
+         <mxCell id="_8OXxmxYWQQ_x3kSA-AO-75" parent="BUdtJf7oYrrgdLHHiytK-355" style="ellipse;whiteSpace=wrap;html=1;aspect=fixed;strokeColor=none;fillColor=light-dark(#FF3333,#FF3333);fontColor=#ffffff;" value="" vertex="1">
+           <mxGeometry height="20" width="20" x="20" y="321.25" as="geometry" />
+         </mxCell>
+         <mxCell id="_8OXxmxYWQQ_x3kSA-AO-76" parent="BUdtJf7oYrrgdLHHiytK-355" style="text;html=1;whiteSpace=wrap;strokeColor=none;fillColor=none;align=left;verticalAlign=middle;rounded=0;fontStyle=1" value="&lt;div&gt;HDMI 8&lt;/div&gt;&lt;span style=&quot;font-weight: normal;&quot;&gt;HDMI&lt;/span&gt;" vertex="1">
+           <mxGeometry height="22.5" width="50" x="50" y="360" as="geometry" />
+         </mxCell>
+         <mxCell id="_8OXxmxYWQQ_x3kSA-AO-77" parent="BUdtJf7oYrrgdLHHiytK-355" style="ellipse;whiteSpace=wrap;html=1;aspect=fixed;strokeColor=none;fillColor=light-dark(#FF3333,#FF3333);fontColor=#ffffff;" value="" vertex="1">
+           <mxGeometry height="20" width="20" x="20" y="361.25" as="geometry" />
+         </mxCell>
+         <mxCell id="_8OXxmxYWQQ_x3kSA-AO-78" parent="BUdtJf7oYrrgdLHHiytK-355" style="ellipse;whiteSpace=wrap;html=1;aspect=fixed;strokeColor=none;fillColor=light-dark(#60A917,#007FFF);fontColor=#ffffff;" value="" vertex="1">
+           <mxGeometry height="20" width="20" x="330" y="162.01" as="geometry" />
+         </mxCell>
+         <mxCell id="_8OXxmxYWQQ_x3kSA-AO-79" parent="BUdtJf7oYrrgdLHHiytK-355" style="text;html=1;whiteSpace=wrap;strokeColor=none;fillColor=none;align=right;verticalAlign=middle;rounded=0;fontStyle=1" value="&lt;div&gt;USB A&lt;/div&gt;&lt;span style=&quot;font-weight: normal;&quot;&gt;USB-C&lt;/span&gt;" vertex="1">
+           <mxGeometry height="26.25" width="80" x="240" y="158.88" as="geometry" />
+         </mxCell>
+         <mxCell id="_8OXxmxYWQQ_x3kSA-AO-80" parent="BUdtJf7oYrrgdLHHiytK-355" style="text;html=1;whiteSpace=wrap;strokeColor=none;fillColor=none;align=right;verticalAlign=middle;rounded=0;fontStyle=1" value="&lt;div&gt;USB B&lt;/div&gt;&lt;span style=&quot;font-weight: normal;&quot;&gt;USB-C&lt;/span&gt;" vertex="1">
+           <mxGeometry height="26.25" width="80" x="240" y="198.13" as="geometry" />
+         </mxCell>
+         <mxCell id="_8OXxmxYWQQ_x3kSA-AO-81" parent="BUdtJf7oYrrgdLHHiytK-355" style="ellipse;whiteSpace=wrap;html=1;aspect=fixed;strokeColor=none;fillColor=light-dark(#60A917,#007FFF);fontColor=#ffffff;" value="" vertex="1">
+           <mxGeometry height="20" width="20" x="330" y="201.26" as="geometry" />
+         </mxCell>
+         <mxCell id="_8OXxmxYWQQ_x3kSA-AO-82" parent="BUdtJf7oYrrgdLHHiytK-355" style="text;html=1;whiteSpace=wrap;strokeColor=none;fillColor=none;align=left;verticalAlign=middle;rounded=0;fontStyle=1" value="&lt;div&gt;MIC 1&lt;/div&gt;&lt;div&gt;&lt;span style=&quot;font-weight: normal;&quot;&gt;3.5MM AUX&lt;/span&gt;&lt;/div&gt;" vertex="1">
+           <mxGeometry height="22.5" width="80" x="50" y="400" as="geometry" />
+         </mxCell>
+         <mxCell id="_8OXxmxYWQQ_x3kSA-AO-83" parent="BUdtJf7oYrrgdLHHiytK-355" style="ellipse;whiteSpace=wrap;html=1;aspect=fixed;strokeColor=none;fillColor=light-dark(#FF3333,#FF3333);fontColor=#ffffff;" value="" vertex="1">
+           <mxGeometry height="20" width="20" x="20" y="401.25" as="geometry" />
+         </mxCell>
+         <mxCell id="_8OXxmxYWQQ_x3kSA-AO-84" parent="BUdtJf7oYrrgdLHHiytK-355" style="text;html=1;whiteSpace=wrap;strokeColor=none;fillColor=none;align=left;verticalAlign=middle;rounded=0;fontStyle=1" value="&lt;div&gt;MIC 2&lt;/div&gt;&lt;div&gt;&lt;span style=&quot;font-weight: normal;&quot;&gt;3.5MM AUX&lt;/span&gt;&lt;/div&gt;" vertex="1">
+           <mxGeometry height="22.5" width="70" x="50" y="439" as="geometry" />
+         </mxCell>
+         <mxCell id="_8OXxmxYWQQ_x3kSA-AO-85" parent="BUdtJf7oYrrgdLHHiytK-355" style="ellipse;whiteSpace=wrap;html=1;aspect=fixed;strokeColor=none;fillColor=light-dark(#FF3333,#FF3333);fontColor=#ffffff;" value="" vertex="1">
+           <mxGeometry height="20" width="20" x="20" y="440.25" as="geometry" />
+         </mxCell>
+         <mxCell id="_8OXxmxYWQQ_x3kSA-AO-86" parent="BUdtJf7oYrrgdLHHiytK-355" style="text;html=1;whiteSpace=wrap;strokeColor=none;fillColor=none;align=right;verticalAlign=middle;rounded=0;fontStyle=1" value="&lt;div&gt;HEADPHONES&lt;/div&gt;&lt;span style=&quot;font-weight: normal;&quot;&gt;3.5MM AUX&lt;/span&gt;" vertex="1">
+           <mxGeometry height="26.25" width="90" x="230" y="236.88" as="geometry" />
+         </mxCell>
+         <mxCell id="_8OXxmxYWQQ_x3kSA-AO-87" parent="BUdtJf7oYrrgdLHHiytK-355" style="ellipse;whiteSpace=wrap;html=1;aspect=fixed;strokeColor=none;fillColor=light-dark(#60A917,#007FFF);fontColor=#ffffff;" value="" vertex="1">
+           <mxGeometry height="20" width="20" x="330" y="240.01" as="geometry" />
        </mxCell>
        <UserObject label="&lt;div&gt;HP Monitor&lt;/div&gt;&lt;div&gt;&lt;span style=&quot;font-weight: normal;&quot;&gt;Mac mini desktop&lt;/span&gt;&lt;/div&gt;" id="BUdtJf7oYrrgdLHHiytK-394">
          <mxCell parent="1" style="swimlane;whiteSpace=wrap;html=1;startSize=60;perimeterSpacing=0;rounded=1;arcSize=6;align=left;spacingLeft=6;swimlaneFillColor=default;strokeWidth=2;fontSize=14;" vertex="1">
            <mxGeometry height="120" width="240" x="3720" y="910" as="geometry">
              <mxRectangle height="60" width="200" x="330" y="280" as="alternateBounds" />
            </mxGeometry>
          </mxCell>
        </UserObject>
        <mxCell id="BUdtJf7oYrrgdLHHiytK-403" parent="BUdtJf7oYrrgdLHHiytK-394" style="ellipse;whiteSpace=wrap;html=1;aspect=fixed;strokeColor=none;fillColor=light-dark(#FF3333,#FF3333);fontColor=#ffffff;fillStyle=auto;" value="" vertex="1">
          <mxGeometry height="20" width="20" x="20" y="80" as="geometry" />
        </mxCell>
        <mxCell id="BUdtJf7oYrrgdLHHiytK-404" parent="BUdtJf7oYrrgdLHHiytK-394" style="text;html=1;whiteSpace=wrap;strokeColor=none;fillColor=none;align=left;verticalAlign=middle;rounded=0;fontStyle=1" value="HDMI" vertex="1">
          <mxGeometry height="10" width="50" x="50" y="85" as="geometry" />
        </mxCell>
        <mxCell id="BUdtJf7oYrrgdLHHiytK-405" parent="BUdtJf7oYrrgdLHHiytK-394" style="verticalLabelPosition=bottom;html=1;verticalAlign=top;align=center;strokeColor=default;fillColor=none;shape=mxgraph.azure.computer;pointerEvents=1;fontFamily=Helvetica;fontSize=11;fontColor=default;labelBackgroundColor=default;strokeWidth=2;" value="" vertex="1">
          <mxGeometry height="45" width="50" x="180" y="8" as="geometry" />
        </mxCell>
        <mxCell id="BUdtJf7oYrrgdLHHiytK-407" edge="1" parent="1" source="BUdtJf7oYrrgdLHHiytK-340" style="edgeStyle=orthogonalEdgeStyle;shape=connector;rounded=0;orthogonalLoop=1;jettySize=auto;html=1;entryX=0.5;entryY=1;entryDx=0;entryDy=0;strokeColor=default;strokeWidth=2;align=center;verticalAlign=middle;fontFamily=Helvetica;fontSize=14;fontColor=default;labelBackgroundColor=default;resizable=0;endArrow=classic;endFill=1;startArrow=classic;startFill=1;" target="BUdtJf7oYrrgdLHHiytK-195">
-           <mxGeometry relative="1" as="geometry">
-             <Array as="points">
-               <mxPoint x="1280" y="1125" />
-               <mxPoint x="1280" y="990" />
-               <mxPoint x="2555" y="990" />
-             </Array>
-           </mxGeometry>
+           <mxGeometry relative="1" as="geometry" />
        </mxCell>
        <mxCell id="BUdtJf7oYrrgdLHHiytK-408" edge="1" parent="1" source="BUdtJf7oYrrgdLHHiytK-341" style="edgeStyle=orthogonalEdgeStyle;shape=connector;rounded=0;orthogonalLoop=1;jettySize=auto;html=1;entryX=0.5;entryY=1;entryDx=0;entryDy=0;strokeColor=default;strokeWidth=2;align=center;verticalAlign=middle;fontFamily=Helvetica;fontSize=14;fontColor=default;labelBackgroundColor=default;resizable=0;endArrow=classic;endFill=1;startArrow=classic;startFill=1;" target="BUdtJf7oYrrgdLHHiytK-390">
          <mxGeometry relative="1" as="geometry" />
        </mxCell>
        <UserObject label="&lt;div&gt;HP Monitor&lt;/div&gt;&lt;div&gt;&lt;span style=&quot;font-weight: normal;&quot;&gt;Mac mini desktop&lt;/span&gt;&lt;/div&gt;" id="BUdtJf7oYrrgdLHHiytK-414">
          <mxCell parent="1" style="swimlane;whiteSpace=wrap;html=1;startSize=60;perimeterSpacing=0;rounded=1;arcSize=6;align=left;spacingLeft=6;swimlaneFillColor=default;strokeWidth=2;fontSize=14;" vertex="1">
            <mxGeometry height="120" width="240" x="3720" y="1060" as="geometry">
              <mxRectangle height="60" width="200" x="330" y="280" as="alternateBounds" />
            </mxGeometry>
          </mxCell>
        </UserObject>
        <mxCell id="BUdtJf7oYrrgdLHHiytK-415" parent="BUdtJf7oYrrgdLHHiytK-414" style="ellipse;whiteSpace=wrap;html=1;aspect=fixed;strokeColor=none;fillColor=light-dark(#FF3333,#FF3333);fontColor=#ffffff;fillStyle=auto;" value="" vertex="1">
          <mxGeometry height="20" width="20" x="20" y="80" as="geometry" />
        </mxCell>
        <mxCell id="BUdtJf7oYrrgdLHHiytK-416" parent="BUdtJf7oYrrgdLHHiytK-414" style="text;html=1;whiteSpace=wrap;strokeColor=none;fillColor=none;align=left;verticalAlign=middle;rounded=0;fontStyle=1" value="HDMI" vertex="1">
          <mxGeometry height="10" width="50" x="50" y="85" as="geometry" />
        </mxCell>
        <mxCell id="BUdtJf7oYrrgdLHHiytK-417" parent="BUdtJf7oYrrgdLHHiytK-414" style="verticalLabelPosition=bottom;html=1;verticalAlign=top;align=center;strokeColor=default;fillColor=none;shape=mxgraph.azure.computer;pointerEvents=1;fontFamily=Helvetica;fontSize=11;fontColor=default;labelBackgroundColor=default;strokeWidth=2;" value="" vertex="1">
          <mxGeometry height="45" width="50" x="180" y="8" as="geometry" />
        </mxCell>
        <mxCell id="BUdtJf7oYrrgdLHHiytK-418" edge="1" parent="1" source="BUdtJf7oYrrgdLHHiytK-357" style="edgeStyle=orthogonalEdgeStyle;shape=connector;rounded=0;orthogonalLoop=1;jettySize=auto;html=1;entryX=0;entryY=0.5;entryDx=0;entryDy=0;strokeColor=default;strokeWidth=2;align=center;verticalAlign=middle;fontFamily=Helvetica;fontSize=14;fontColor=default;labelBackgroundColor=default;resizable=0;endArrow=classic;endFill=1;" target="BUdtJf7oYrrgdLHHiytK-415">
          <mxGeometry relative="1" as="geometry" />
        </mxCell>
        <UserObject label="&lt;div&gt;IKAN Monitor&lt;/div&gt;&lt;div&gt;&lt;span style=&quot;font-weight: normal;&quot;&gt;Teleprompter&lt;/span&gt;&lt;/div&gt;" id="BUdtJf7oYrrgdLHHiytK-419">
          <mxCell parent="1" style="swimlane;whiteSpace=wrap;html=1;startSize=60;perimeterSpacing=0;rounded=1;arcSize=6;align=left;spacingLeft=6;swimlaneFillColor=default;strokeWidth=2;fontSize=14;" vertex="1">
            <mxGeometry height="120" width="240" x="3720" y="1220" as="geometry">
              <mxRectangle height="60" width="200" x="330" y="280" as="alternateBounds" />
            </mxGeometry>
          </mxCell>
        </UserObject>
        <mxCell id="BUdtJf7oYrrgdLHHiytK-420" parent="BUdtJf7oYrrgdLHHiytK-419" style="ellipse;whiteSpace=wrap;html=1;aspect=fixed;strokeColor=none;fillColor=light-dark(#FF3333,#FF3333);fontColor=#ffffff;fillStyle=auto;" value="" vertex="1">
          <mxGeometry height="20" width="20" x="20" y="80" as="geometry" />
        </mxCell>
        <mxCell id="BUdtJf7oYrrgdLHHiytK-421" parent="BUdtJf7oYrrgdLHHiytK-419" style="text;html=1;whiteSpace=wrap;strokeColor=none;fillColor=none;align=left;verticalAlign=middle;rounded=0;fontStyle=1" value="HDMI" vertex="1">
          <mxGeometry height="10" width="50" x="50" y="85" as="geometry" />
        </mxCell>
        <mxCell id="BUdtJf7oYrrgdLHHiytK-422" parent="BUdtJf7oYrrgdLHHiytK-419" style="verticalLabelPosition=bottom;html=1;verticalAlign=top;align=center;strokeColor=default;fillColor=none;shape=mxgraph.azure.computer;pointerEvents=1;fontFamily=Helvetica;fontSize=11;fontColor=default;labelBackgroundColor=default;strokeWidth=2;" value="" vertex="1">
          <mxGeometry height="45" width="50" x="180" y="8" as="geometry" />
        </mxCell>
        <mxCell id="BUdtJf7oYrrgdLHHiytK-423" edge="1" parent="1" source="BUdtJf7oYrrgdLHHiytK-358" style="edgeStyle=orthogonalEdgeStyle;shape=connector;rounded=0;orthogonalLoop=1;jettySize=auto;html=1;entryX=0;entryY=0.5;entryDx=0;entryDy=0;strokeColor=default;strokeWidth=2;align=center;verticalAlign=middle;fontFamily=Helvetica;fontSize=14;fontColor=default;labelBackgroundColor=default;resizable=0;endArrow=classic;endFill=1;" target="BUdtJf7oYrrgdLHHiytK-420">
          <mxGeometry relative="1" as="geometry" />
        </mxCell>
        <UserObject label="&lt;div&gt;THWT HDMI 2.1 Emulator&lt;/div&gt;&lt;div&gt;&lt;span style=&quot;font-weight: normal;&quot;&gt;EDID Emulator&lt;/span&gt;&lt;/div&gt;" link="https://www.startech.com/en-au/display-video-adapters/usbc-hdmi-cdp2hd4k60" id="_8OXxmxYWQQ_x3kSA-AO-2">
          <mxCell parent="1" style="swimlane;whiteSpace=wrap;html=1;startSize=60;perimeterSpacing=0;rounded=1;arcSize=6;align=left;spacingLeft=6;swimlaneFillColor=default;strokeWidth=2;fontSize=14;" vertex="1">
            <mxGeometry height="120" width="310" x="1530" y="610" as="geometry">
              <mxRectangle height="60" width="200" x="330" y="280" as="alternateBounds" />
            </mxGeometry>
          </mxCell>
        </UserObject>
        <mxCell id="_8OXxmxYWQQ_x3kSA-AO-4" parent="_8OXxmxYWQQ_x3kSA-AO-2" style="ellipse;whiteSpace=wrap;html=1;aspect=fixed;strokeColor=none;fillColor=#60a917;fontColor=#ffffff;" value="" vertex="1">
          <mxGeometry height="20" width="20" x="270" y="80" as="geometry" />
        </mxCell>
        <mxCell id="_8OXxmxYWQQ_x3kSA-AO-5" parent="_8OXxmxYWQQ_x3kSA-AO-2" style="text;html=1;whiteSpace=wrap;strokeColor=none;fillColor=none;align=right;verticalAlign=middle;rounded=0;" value="&lt;b&gt;HDMI&lt;/b&gt;" vertex="1">
          <mxGeometry height="14.5" width="70" x="190" y="82.75" as="geometry" />
        </mxCell>
        <mxCell id="_8OXxmxYWQQ_x3kSA-AO-6" parent="_8OXxmxYWQQ_x3kSA-AO-2" style="ellipse;whiteSpace=wrap;html=1;aspect=fixed;strokeColor=none;fillColor=light-dark(#FF3333,#FF3333);fontColor=#ffffff;fillStyle=auto;" value="" vertex="1">
          <mxGeometry height="20" width="20" x="20" y="80" as="geometry" />
        </mxCell>
        <mxCell id="_8OXxmxYWQQ_x3kSA-AO-7" parent="_8OXxmxYWQQ_x3kSA-AO-2" style="text;html=1;whiteSpace=wrap;strokeColor=none;fillColor=none;align=left;verticalAlign=middle;rounded=0;fontStyle=1" value="HDMI" vertex="1">
          <mxGeometry height="10" width="50" x="50" y="85" as="geometry" />
        </mxCell>
        <mxCell id="_8OXxmxYWQQ_x3kSA-AO-8" parent="_8OXxmxYWQQ_x3kSA-AO-2" style="verticalLabelPosition=bottom;aspect=fixed;html=1;verticalAlign=top;fillColor=strokeColor;align=center;outlineConnect=0;shape=mxgraph.fluid_power.x10060;points=[[1,0.72,0],[1,1,0]];strokeWidth=2;" value="" vertex="1">
          <mxGeometry height="38.38" width="67.9" x="230" y="10" as="geometry" />
        </mxCell>
        <mxCell id="_8OXxmxYWQQ_x3kSA-AO-1" edge="1" parent="1" source="BUdtJf7oYrrgdLHHiytK-285" style="edgeStyle=orthogonalEdgeStyle;shape=connector;rounded=0;orthogonalLoop=1;jettySize=auto;html=1;strokeColor=default;strokeWidth=2;align=center;verticalAlign=middle;fontFamily=Helvetica;fontSize=14;fontColor=default;labelBackgroundColor=default;resizable=0;endArrow=classic;endFill=1;entryX=0;entryY=0.5;entryDx=0;entryDy=0;" target="_8OXxmxYWQQ_x3kSA-AO-6">
          <mxGeometry relative="1" as="geometry">
            <mxPoint x="920" y="700" as="targetPoint" />
          </mxGeometry>
        </mxCell>
        <mxCell id="_8OXxmxYWQQ_x3kSA-AO-9" edge="1" parent="1" source="_8OXxmxYWQQ_x3kSA-AO-4" style="edgeStyle=orthogonalEdgeStyle;shape=connector;rounded=0;orthogonalLoop=1;jettySize=auto;html=1;entryX=0;entryY=0.5;entryDx=0;entryDy=0;strokeColor=default;strokeWidth=2;align=center;verticalAlign=middle;fontFamily=Helvetica;fontSize=14;fontColor=default;labelBackgroundColor=default;resizable=0;endArrow=classic;endFill=1;" target="BUdtJf7oYrrgdLHHiytK-252">
          <mxGeometry relative="1" as="geometry" />
        </mxCell>
        <mxCell id="_8OXxmxYWQQ_x3kSA-AO-20" edge="1" parent="1" source="BUdtJf7oYrrgdLHHiytK-245" style="edgeStyle=orthogonalEdgeStyle;shape=connector;rounded=0;orthogonalLoop=1;jettySize=auto;html=1;entryX=0;entryY=0.5;entryDx=0;entryDy=0;strokeColor=default;strokeWidth=2;align=center;verticalAlign=middle;fontFamily=Helvetica;fontSize=14;fontColor=default;labelBackgroundColor=default;resizable=0;endArrow=classic;endFill=1;" target="BUdtJf7oYrrgdLHHiytK-170">
          <mxGeometry relative="1" as="geometry" />
        </mxCell>
        <UserObject label="&lt;div&gt;Blackmagic Microconverter 3G&lt;/div&gt;&lt;div&gt;&lt;span style=&quot;font-weight: normal;&quot;&gt;SDI to HDMI Converter&lt;/span&gt;&lt;/div&gt;" link="https://www.blackmagicdesign.com/au/products/microconverters/techspecs/W-CONU-12" id="_8OXxmxYWQQ_x3kSA-AO-28">
          <mxCell parent="1" style="swimlane;whiteSpace=wrap;html=1;startSize=60;perimeterSpacing=0;rounded=1;arcSize=6;align=left;spacingLeft=6;swimlaneFillColor=default;strokeWidth=2;fontSize=14;" vertex="1">
            <mxGeometry height="160" width="310" x="2790" y="500" as="geometry">
              <mxRectangle height="60" width="200" x="330" y="280" as="alternateBounds" />
            </mxGeometry>
          </mxCell>
        </UserObject>
        <mxCell id="_8OXxmxYWQQ_x3kSA-AO-30" parent="_8OXxmxYWQQ_x3kSA-AO-28" style="ellipse;whiteSpace=wrap;html=1;aspect=fixed;strokeColor=none;fillColor=#60a917;fontColor=#ffffff;" value="" vertex="1">
          <mxGeometry height="20" width="20" x="270" y="82" as="geometry" />
        </mxCell>
        <mxCell id="_8OXxmxYWQQ_x3kSA-AO-31" parent="_8OXxmxYWQQ_x3kSA-AO-28" style="ellipse;whiteSpace=wrap;html=1;aspect=fixed;strokeColor=none;fillColor=#60a917;fontColor=#ffffff;" value="" vertex="1">
          <mxGeometry height="20" width="20" x="270" y="121" as="geometry" />
        </mxCell>
        <mxCell id="_8OXxmxYWQQ_x3kSA-AO-37" parent="_8OXxmxYWQQ_x3kSA-AO-28" style="ellipse;whiteSpace=wrap;html=1;aspect=fixed;strokeColor=none;fillColor=light-dark(#FF3333,#FF3333);fontColor=#ffffff;fillStyle=auto;" value="" vertex="1">
          <mxGeometry height="20" width="20" x="20" y="82" as="geometry" />
        </mxCell>
        <mxCell id="_8OXxmxYWQQ_x3kSA-AO-38" parent="_8OXxmxYWQQ_x3kSA-AO-28" style="ellipse;whiteSpace=wrap;html=1;aspect=fixed;strokeColor=none;fillColor=light-dark(#FF3333,#FF3333);fontColor=#ffffff;" value="" vertex="1">
          <mxGeometry height="20" width="20" x="20" y="121" as="geometry" />
        </mxCell>
        <mxCell id="_8OXxmxYWQQ_x3kSA-AO-44" parent="_8OXxmxYWQQ_x3kSA-AO-28" style="text;html=1;whiteSpace=wrap;strokeColor=none;fillColor=none;align=left;verticalAlign=middle;rounded=0;" value="&lt;div&gt;&lt;b&gt;SDI IN&lt;/b&gt;&lt;/div&gt;&lt;div&gt;SDI&lt;/div&gt;" vertex="1">
          <mxGeometry height="29" width="90" x="50" y="77.5" as="geometry" />
        </mxCell>
        <mxCell id="_8OXxmxYWQQ_x3kSA-AO-45" parent="_8OXxmxYWQQ_x3kSA-AO-28" style="text;html=1;whiteSpace=wrap;strokeColor=none;fillColor=none;align=right;verticalAlign=middle;rounded=0;" value="&lt;div&gt;&lt;b&gt;HDMI OUT&lt;/b&gt;&lt;/div&gt;&lt;div&gt;HDMI&lt;/div&gt;" vertex="1">
          <mxGeometry height="29" width="90" x="170" y="77.5" as="geometry" />
        </mxCell>
        <mxCell id="_8OXxmxYWQQ_x3kSA-AO-46" parent="_8OXxmxYWQQ_x3kSA-AO-28" style="text;html=1;whiteSpace=wrap;strokeColor=none;fillColor=none;align=left;verticalAlign=middle;rounded=0;" value="&lt;div&gt;&lt;b&gt;INPUT NAME&lt;/b&gt;&lt;/div&gt;&lt;div&gt;INPUT TYPE&lt;/div&gt;" vertex="1">
          <mxGeometry height="29" width="90" x="50" y="116.5" as="geometry" />
        </mxCell>
        <mxCell id="_8OXxmxYWQQ_x3kSA-AO-47" parent="_8OXxmxYWQQ_x3kSA-AO-28" style="text;html=1;whiteSpace=wrap;strokeColor=none;fillColor=none;align=right;verticalAlign=middle;rounded=0;" value="&lt;div&gt;&lt;b&gt;SDI LOOP OUT&lt;/b&gt;&lt;/div&gt;&lt;div&gt;SDI&lt;/div&gt;" vertex="1">
          <mxGeometry height="29" width="90" x="170" y="116.5" as="geometry" />
        </mxCell>
        <mxCell id="_8OXxmxYWQQ_x3kSA-AO-64" parent="_8OXxmxYWQQ_x3kSA-AO-28" style="verticalLabelPosition=bottom;aspect=fixed;html=1;verticalAlign=top;fillColor=strokeColor;align=center;outlineConnect=0;shape=mxgraph.fluid_power.x10060;points=[[1,0.72,0],[1,1,0]];strokeWidth=2;" value="" vertex="1">
          <mxGeometry height="38.38" width="67.9" x="230" y="10" as="geometry" />
        </mxCell>
        <mxCell id="_8OXxmxYWQQ_x3kSA-AO-66" edge="1" parent="1" source="BUdtJf7oYrrgdLHHiytK-164" style="edgeStyle=orthogonalEdgeStyle;shape=connector;rounded=0;orthogonalLoop=1;jettySize=auto;html=1;entryX=0;entryY=0.5;entryDx=0;entryDy=0;strokeColor=default;strokeWidth=2;align=center;verticalAlign=middle;fontFamily=Helvetica;fontSize=14;fontColor=default;labelBackgroundColor=default;resizable=0;endArrow=classic;endFill=1;" target="_8OXxmxYWQQ_x3kSA-AO-37">
          <mxGeometry relative="1" as="geometry" />
        </mxCell>
        <mxCell id="_8OXxmxYWQQ_x3kSA-AO-67" edge="1" parent="1" source="_8OXxmxYWQQ_x3kSA-AO-30" style="edgeStyle=orthogonalEdgeStyle;shape=connector;rounded=0;orthogonalLoop=1;jettySize=auto;html=1;entryX=0;entryY=0.5;entryDx=0;entryDy=0;strokeColor=default;strokeWidth=2;align=center;verticalAlign=middle;fontFamily=Helvetica;fontSize=14;fontColor=default;labelBackgroundColor=default;resizable=0;endArrow=classic;endFill=1;" target="BUdtJf7oYrrgdLHHiytK-365">
          <mxGeometry relative="1" as="geometry" />
        </mxCell>
      </root>
    </mxGraphModel>
  </diagram>
</mxfile>
